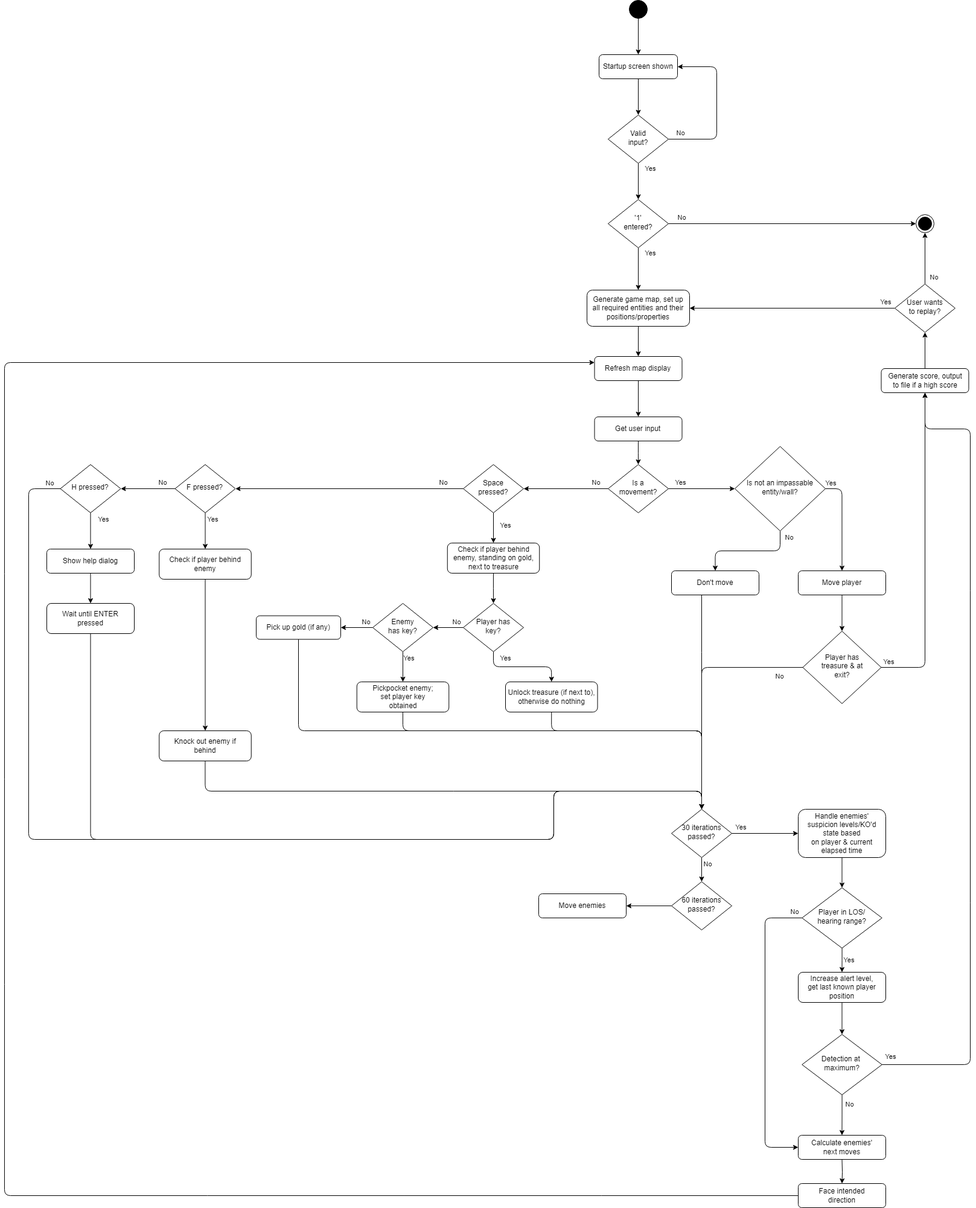
Above: media/Flow Chart.png in tcollyer1/cmd-stealth-game (draw.io), before the change. Source tidied: cells renumbered, new cells last; positions are measured from the earlier drawing's top-left corner, leaving out a move shared by most shapes.
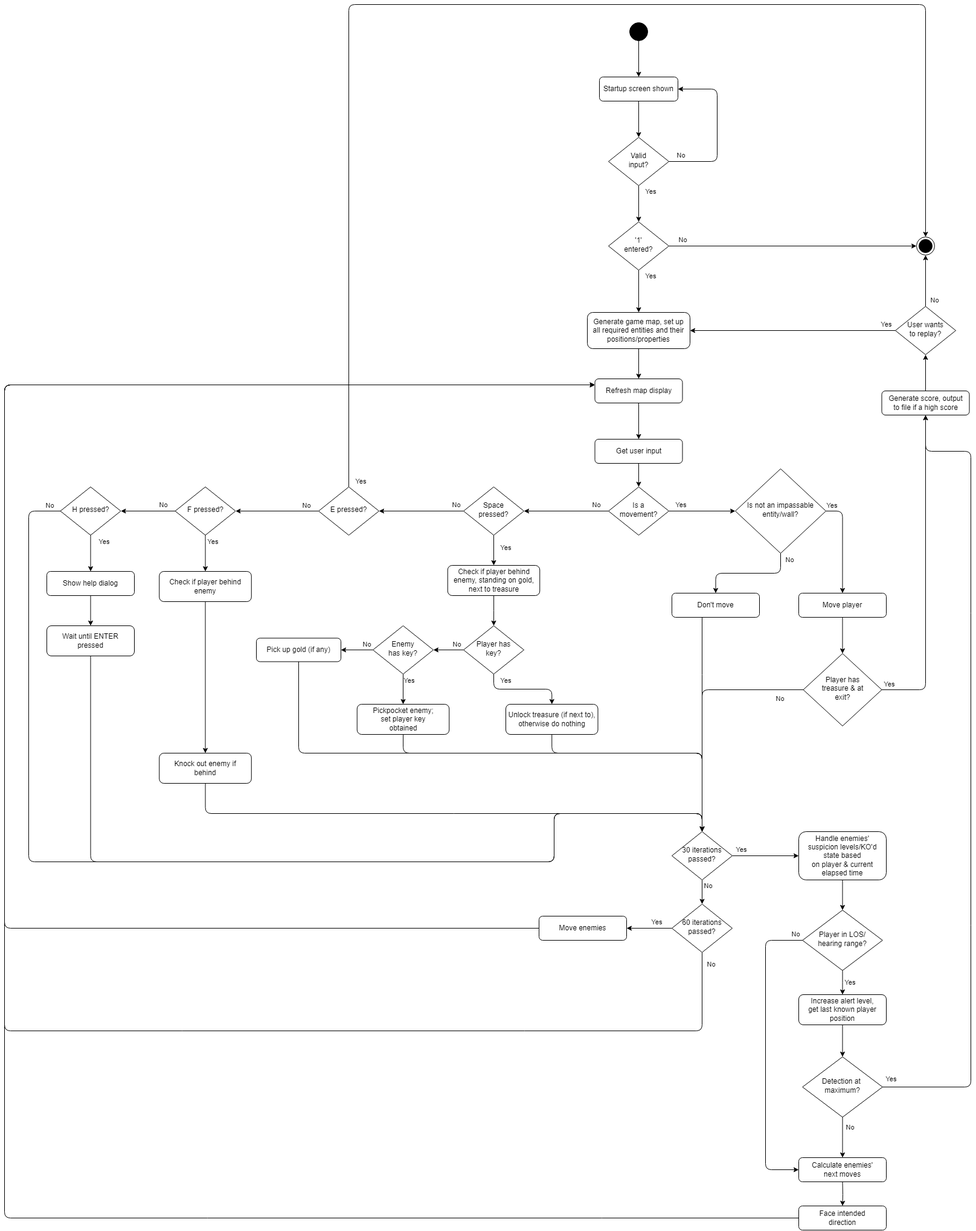
The same file after the commit.

Commit message:
Removed unused vars, updated diagrams, moved getting tile info out of for loop (only needed once)

Diff of the diagram source:
```diff
@@ -101,9 +101,18 @@
     <mxCell id="30" value="Face intended&lt;br&gt;direction" style="rounded=1;whiteSpace=wrap;html=1;fontSize=12;glass=0;strokeWidth=1;shadow=0;" parent="1" vertex="1">
       <mxGeometry x="1315" y="1960" width="145" height="40" as="geometry" />
     </mxCell>
-    <mxCell id="31" style="edgeStyle=orthogonalEdgeStyle;rounded=0;jettySize=auto;html=1;entryX=1;entryY=0.5;entryDx=0;entryDy=0;" parent="1" edge="1" source="32" target="35">
-      <mxGeometry relative="1" as="geometry" />
+    <mxCell id="31" value="Yes&lt;br&gt;" style="edgeStyle=orthogonalEdgeStyle;rounded=0;jettySize=auto;html=1;entryX=1;entryY=0.5;entryDx=0;entryDy=0;" parent="1" edge="1" source="32" target="35">
+      <mxGeometry x="-0.33" y="-10" relative="1" as="geometry" />
     </mxCell>
+    <mxCell id="88" value="No" style="edgeStyle=orthogonalEdgeStyle;rounded=1;jettySize=auto;html=1;entryX=0;entryY=0.25;entryDx=0;entryDy=0;" parent="1" edge="1" source="32" target="16">
+      <mxGeometry x="-0.99" y="15" relative="1" as="geometry">
+        <Array as="points">
+          <mxPoint x="1155" y="1670" />
+          <mxPoint y="1670" />
+          <mxPoint y="600" />
+        </Array>
+      </mxGeometry>
+    </mxCell>
     <mxCell id="32" value="60 iterations&lt;br&gt;passed?" style="rhombus;whiteSpace=wrap;html=1;shadow=0;fontFamily=Helvetica;fontSize=12;align=center;strokeWidth=1;spacing=6;spacingTop=-4;" parent="1" vertex="1">
       <mxGeometry x="1105" y="1460" width="100" height="80" as="geometry" />
     </mxCell>
@@ -113,6 +122,14 @@
     <mxCell id="34" value="Get user input" style="rounded=1;whiteSpace=wrap;html=1;fontSize=12;glass=0;strokeWidth=1;shadow=0;" parent="1" vertex="1">
       <mxGeometry x="977.5" y="690" width="145" height="40" as="geometry" />
     </mxCell>
+    <mxCell id="89" style="edgeStyle=orthogonalEdgeStyle;rounded=1;jettySize=auto;html=1;exitX=0;exitY=0.5;exitDx=0;exitDy=0;entryX=0;entryY=0.25;entryDx=0;entryDy=0;" parent="1" edge="1" source="35" target="16">
+      <mxGeometry relative="1" as="geometry">
+        <Array as="points">
+          <mxPoint y="1500" />
+          <mxPoint y="600" />
+        </Array>
+      </mxGeometry>
+    </mxCell>
     <mxCell id="35" value="Move enemies" style="rounded=1;whiteSpace=wrap;html=1;fontSize=12;glass=0;strokeWidth=1;shadow=0;" parent="1" vertex="1">
       <mxGeometry x="885" y="1480" width="145" height="40" as="geometry" />
     </mxCell>
@@ -125,7 +142,7 @@
     <mxCell id="38" value="Handle enemies'&lt;br&gt;suspicion levels/KO'd state based&lt;br&gt;on player &amp;amp; current elapsed time" style="rounded=1;whiteSpace=wrap;html=1;fontSize=12;glass=0;strokeWidth=1;shadow=0;" parent="1" vertex="1">
       <mxGeometry x="1315" y="1340" width="145" height="80" as="geometry" />
     </mxCell>
-    <mxCell id="39" value="No" style="edgeStyle=orthogonalEdgeStyle;rounded=0;jettySize=auto;html=1;entryX=1;entryY=0.5;entryDx=0;entryDy=0;exitX=0;exitY=0.5;exitDx=0;exitDy=0;" parent="1" edge="1" source="41" target="44">
+    <mxCell id="39" value="No" style="edgeStyle=orthogonalEdgeStyle;rounded=0;jettySize=auto;html=1;entryX=1;entryY=0.5;entryDx=0;entryDy=0;exitX=0;exitY=0.5;exitDx=0;exitDy=0;" parent="1" edge="1" source="41" target="92">
       <mxGeometry x="-0.83" y="-10" relative="1" as="geometry" />
     </mxCell>
     <mxCell id="40" value="Yes" style="edgeStyle=orthogonalEdgeStyle;rounded=0;jettySize=auto;html=1;entryX=0.5;entryY=0;entryDx=0;entryDy=0;" parent="1" edge="1" source="41" target="55">
@@ -330,5 +347,19 @@
     <mxCell id="87" value="Pickpocket enemy; &lt;br&gt;set player key&lt;br&gt;obtained" style="rounded=1;whiteSpace=wrap;html=1;fontSize=12;glass=0;strokeWidth=1;shadow=0;" parent="1" vertex="1">
       <mxGeometry x="583.8" y="1129" width="152.5" height="50" as="geometry" />
     </mxCell>
+    <mxCell id="90" value="No" style="edgeStyle=orthogonalEdgeStyle;rounded=0;jettySize=auto;html=1;entryX=1;entryY=0.5;entryDx=0;entryDy=0;" parent="1" edge="1" source="92" target="44">
+      <mxGeometry x="-0.71" y="-9" relative="1" as="geometry" />
+    </mxCell>
+    <mxCell id="91" value="Yes" style="edgeStyle=orthogonalEdgeStyle;rounded=1;jettySize=auto;html=1;entryX=0.5;entryY=0;entryDx=0;entryDy=0;" parent="1" edge="1" source="92" target="11">
+      <mxGeometry x="-0.99" y="-20" relative="1" as="geometry">
+        <Array as="points">
+          <mxPoint x="570" y="-30" />
+          <mxPoint x="1525" y="-30" />
+        </Array>
+      </mxGeometry>
+    </mxCell>
+    <mxCell id="92" value="E pressed?" style="rhombus;whiteSpace=wrap;html=1;shadow=0;fontFamily=Helvetica;fontSize=12;align=center;strokeWidth=1;spacing=6;spacingTop=-4;" parent="1" vertex="1">
+      <mxGeometry x="520" y="769" width="100" height="80" as="geometry" />
+    </mxCell>
   </root>
 </mxGraphModel>
```
